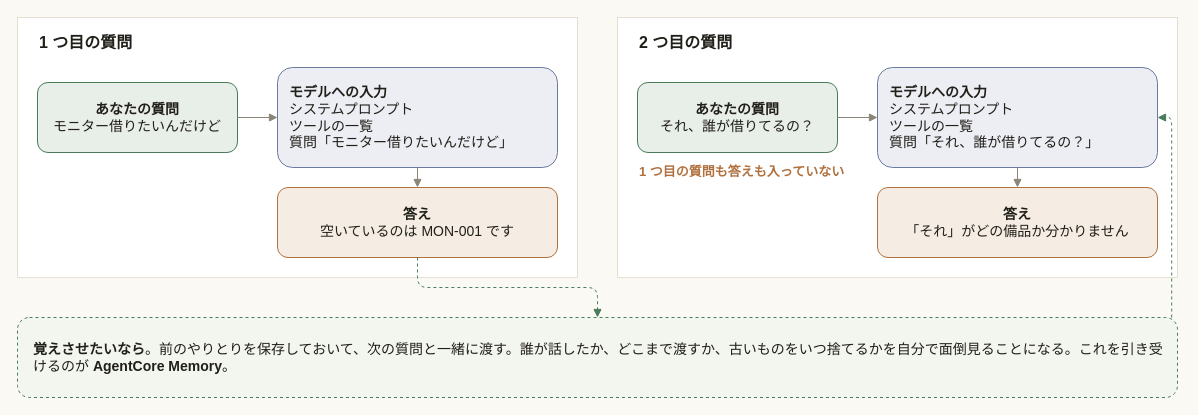
Earlier version of the draw.io diagram docs/images/memory.drawio (umitsu-tech/agentcore-handson-env). Source tidied: cells renumbered, new cells numbered last; positions are measured from the earlier drawing's top-left corner, leaving out a move shared by most shapes. Both pictures are drawn from the tidied source at 100%, with x=0, y=0 at pixel (17, 17).
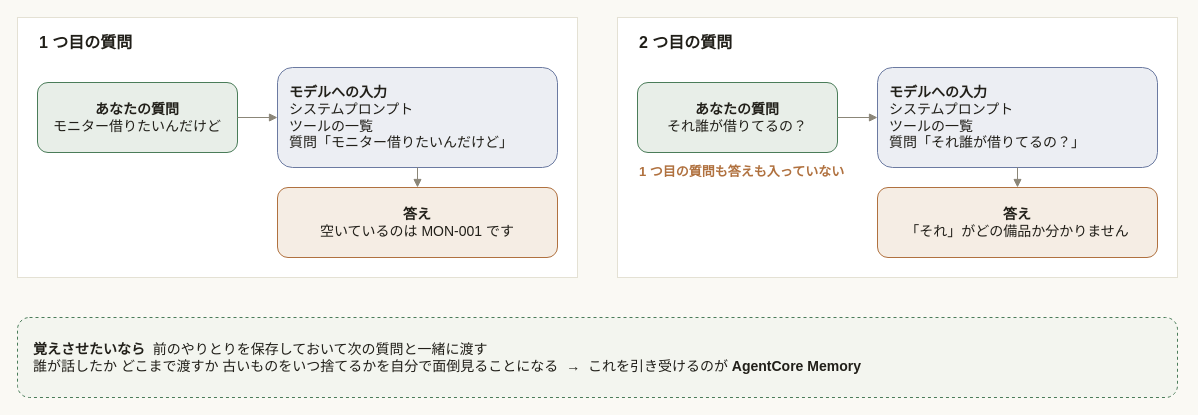
Above is the later version.

Unchanged cells that the change refers to:
```xml
<mxCell id="6" value="&lt;b&gt;答え&lt;/b&gt;&lt;br&gt;空いているのは MON-001 です" style="rounded=1;whiteSpace=wrap;html=1;strokeColor=#b0713f;fillColor=#f5ede4;fontSize=14;fontColor=#211f19;" parent="1" vertex="1">
  <mxGeometry x="260" y="170" width="280" height="70" as="geometry" />
</mxCell>
```

Change to the diagram source:
```diff
@@
-    <mxCell id="11" value="&lt;b&gt;あなたの質問&lt;/b&gt;&lt;br&gt;それ、誰が借りてるの？" style="rounded=1;whiteSpace=wrap;html=1;strokeColor=#4a7c59;fillColor=#e8eee8;fontSize=14;fontColor=#211f19;" parent="1" vertex="1">
+    <mxCell id="11" value="&lt;b&gt;あなたの質問&lt;/b&gt;&lt;br&gt;それ誰が借りてるの？" style="rounded=1;whiteSpace=wrap;html=1;strokeColor=#4a7c59;fillColor=#e8eee8;fontSize=14;fontColor=#211f19;" parent="1" vertex="1">
       <mxGeometry x="620" y="65" width="200" height="70" as="geometry" />
     </mxCell>
-    <mxCell id="12" value="&lt;b&gt;モデルへの入力&lt;/b&gt;&lt;br&gt;システムプロンプト&lt;br&gt;ツールの一覧&lt;br&gt;質問「それ、誰が借りてるの？」" style="rounded=1;whiteSpace=wrap;html=1;strokeColor=#6b7aa1;fillColor=#eceef3;fontSize=14;fontColor=#211f19;align=left;spacingLeft=10;" parent="1" vertex="1">
+    <mxCell id="12" value="&lt;b&gt;モデルへの入力&lt;/b&gt;&lt;br&gt;システムプロンプト&lt;br&gt;ツールの一覧&lt;br&gt;質問「それ誰が借りてるの？」" style="rounded=1;whiteSpace=wrap;html=1;strokeColor=#6b7aa1;fillColor=#eceef3;fontSize=14;fontColor=#211f19;align=left;spacingLeft=10;" parent="1" vertex="1">
       <mxGeometry x="860" y="50" width="280" height="100" as="geometry" />
     </mxCell>
@@
-    <mxCell id="17" value="&lt;b&gt;覚えさせたいなら&lt;/b&gt;。前のやりとりを保存しておいて、次の質問と一緒に渡す。誰が話したか、どこまで渡すか、古いものをいつ捨てるかを自分で面倒見ることになる。これを引き受けるのが &lt;b&gt;AgentCore Memory&lt;/b&gt;。" style="rounded=1;whiteSpace=wrap;html=1;strokeColor=#4a7c59;fillColor=#f3f5ef;dashed=1;fontSize=14;fontColor=#211f19;align=left;spacingLeft=14;spacingRight=14;" parent="1" vertex="1">
+    <mxCell id="17" value="&lt;b&gt;覚えさせたいなら&lt;/b&gt;&amp;nbsp;&amp;nbsp;前のやりとりを保存しておいて次の質問と一緒に渡す&lt;br&gt;誰が話したか どこまで渡すか 古いものをいつ捨てるかを自分で面倒見ることになる &amp;nbsp;→&amp;nbsp; これを引き受けるのが &lt;b&gt;AgentCore Memory&lt;/b&gt;" style="rounded=1;whiteSpace=wrap;html=1;strokeColor=#4a7c59;fillColor=#f3f5ef;dashed=1;fontSize=14;fontColor=#211f19;align=left;spacingLeft=14;spacingRight=14;" parent="1" vertex="1">
       <mxGeometry y="300" width="1160" height="80" as="geometry" />
     </mxCell>
-    <mxCell id="18" style="edgeStyle=orthogonalEdgeStyle;html=1;strokeColor=#4a7c59;dashed=1;endArrow=block;endFill=1;" parent="1" edge="1" source="6" target="17">
-      <mxGeometry relative="1" as="geometry" />
-    </mxCell>
-    <mxCell id="19" style="edgeStyle=orthogonalEdgeStyle;html=1;strokeColor=#4a7c59;dashed=1;endArrow=block;endFill=1;exitX=0.995;exitY=0;entryX=1;entryY=0.5;" parent="1" edge="1" source="17" target="12">
-      <mxGeometry relative="1" as="geometry">
-        <Array as="points">
-          <mxPoint x="1155" y="100" />
-        </Array>
-      </mxGeometry>
-    </mxCell>
```
